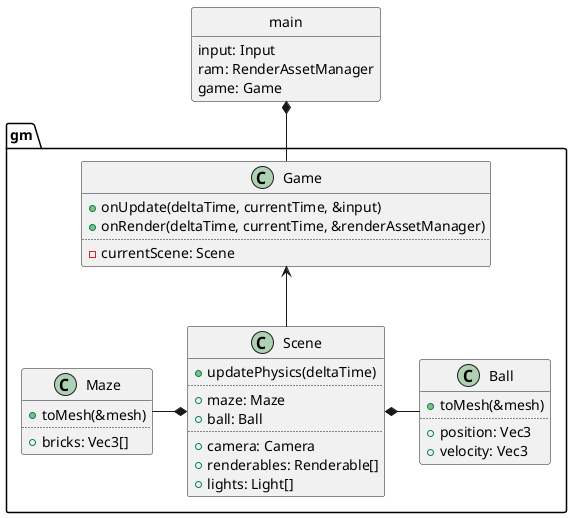
Earlier version of the PlantUML export design/game.png (ba6er/marblemaze).
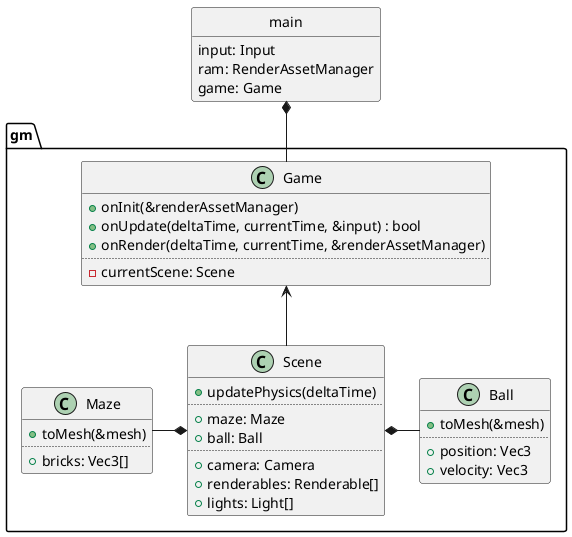
After the change.

Commit message:
Added gm::Game::onInit method

What changed in the source:
```diff
@@ -2,7 +2,8 @@
 set separator ::
 
 class gm::Game {
-	+onUpdate(deltaTime, currentTime, &input)
+	+onInit(&renderAssetManager)
+	+onUpdate(deltaTime, currentTime, &input) : bool
 	+onRender(deltaTime, currentTime, &renderAssetManager)
 	..
 	-currentScene: Scene
```
